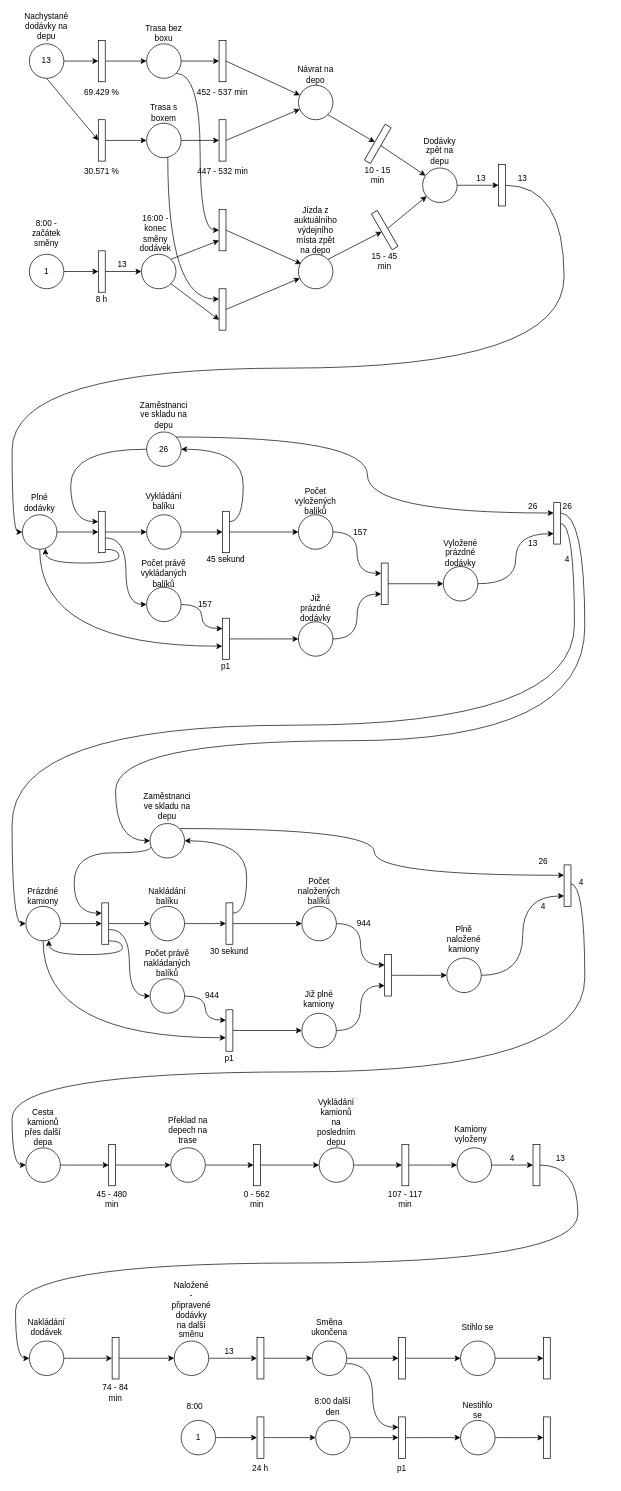
Before: docs/IMS - petriho site doc.drawio in F3lda/vut-fit-ims-project, a draw.io diagram. Source tidied: cells renumbered, new cells numbered last; positions are measured from the earlier drawing's top-left corner, leaving out a move shared by most shapes. Both pictures are drawn from the tidied source at 69%, with x=0, y=0 at pixel (12, 16).
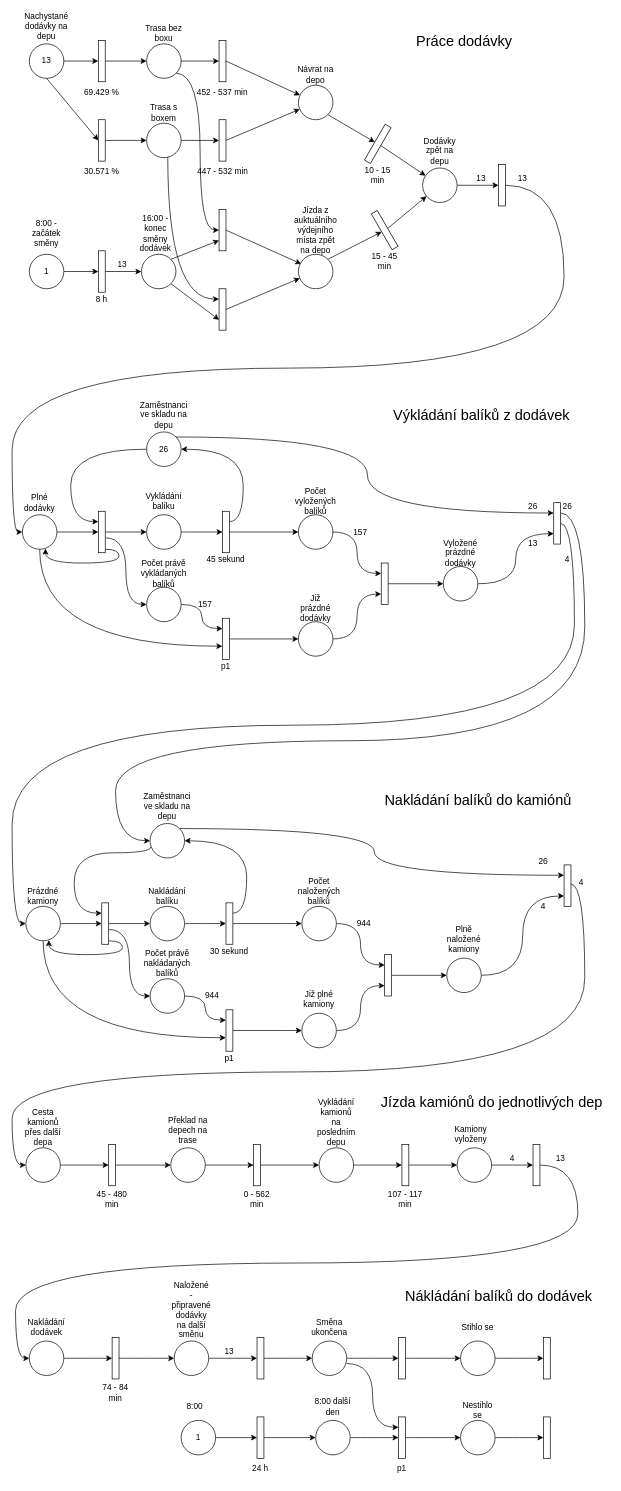
After the change.

Commit message:
Add description for every Petri subnets

Diff of the diagram source:
```diff
@@
+    <mxCell id="211" value="Práce dodávky" style="text;html=1;align=center;verticalAlign=middle;fillColor=none;strokeColor=none;rounded=0;fontSize=21;" parent="1" vertex="1">
+      <mxGeometry x="580" y="20" width="150" height="30" as="geometry" />
+    </mxCell>
+    <mxCell id="212" value="Výkládání balíků z dodávek" style="text;html=1;align=center;verticalAlign=middle;fillColor=none;strokeColor=none;rounded=0;fontSize=21;" parent="1" vertex="1">
+      <mxGeometry x="545" y="562.5" width="270" height="30" as="geometry" />
+    </mxCell>
+    <mxCell id="213" value="Nakládání balíků do kamiónů" style="text;html=1;align=center;verticalAlign=middle;fillColor=none;strokeColor=none;rounded=0;fontSize=21;" parent="1" vertex="1">
+      <mxGeometry x="530" y="1120" width="290" height="30" as="geometry" />
+    </mxCell>
+    <mxCell id="214" value="Jízda kamiónů do jednotlivých dep" style="text;html=1;align=center;verticalAlign=middle;fillColor=none;strokeColor=none;rounded=0;fontSize=21;" parent="1" vertex="1">
+      <mxGeometry x="525" y="1557.5" width="340" height="30" as="geometry" />
+    </mxCell>
+    <mxCell id="215" value="Nákládání balíků do dodávek" style="text;html=1;align=center;verticalAlign=middle;fillColor=none;strokeColor=none;rounded=0;fontSize=21;" parent="1" vertex="1">
+      <mxGeometry x="560" y="1840" width="290" height="30" as="geometry" />
+    </mxCell>
```
